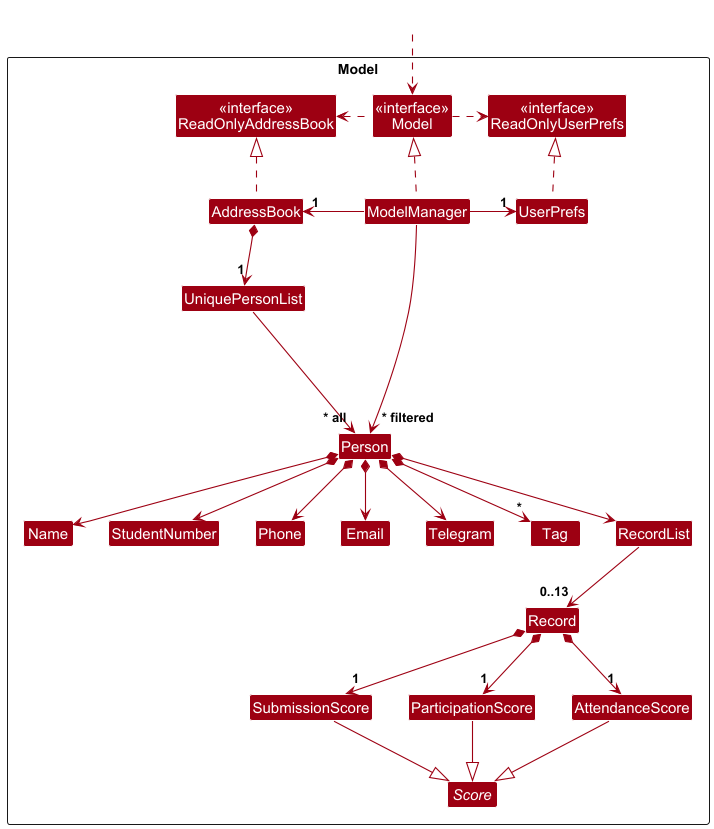
Before: docs/images/ModelClassDiagram.png, a diagram exported from PlantUML (kailermai/tp). Its diagram source:
```plantuml
@startuml
!include style.puml
skinparam arrowThickness 1.1
skinparam arrowColor MODEL_COLOR
skinparam classBackgroundColor MODEL_COLOR

Package Model as ModelPackage <<Rectangle>>{
Class "<<interface>>\nReadOnlyAddressBook" as ReadOnlyAddressBook
Class "<<interface>>\nReadOnlyUserPrefs" as ReadOnlyUserPrefs
Class "<<interface>>\nModel" as Model
Class AddressBook
Class ModelManager
Class UserPrefs

Class UniquePersonList
Class Person
Class Name
Class StudentNumber
Class Email
Class Phone
Class Telegram
Class Tag
Class RecordList
Class Record
abstract Class Score
Class AttendanceScore
Class ParticipationScore
Class SubmissionScore

Class I #FFFFFF
}

Class HiddenOutside #FFFFFF
HiddenOutside ..> Model

AddressBook .up.|> ReadOnlyAddressBook

ModelManager .up.|> Model
Model .right.> ReadOnlyUserPrefs
Model .left.> ReadOnlyAddressBook
ModelManager -left-> "1" AddressBook
ModelManager -right-> "1" UserPrefs
UserPrefs .up.|> ReadOnlyUserPrefs

AddressBook *--> "1" UniquePersonList
UniquePersonList --> "~* all" Person
Person *--> Name
Person *--> StudentNumber
Person *--> Email
Person *--> Phone
Person *--> Telegram
Person *--> "*" Tag
Person *--> RecordList

Score <|-up- AttendanceScore
Score <|-up- ParticipationScore
Score <|-up- SubmissionScore
Record *--> "1" AttendanceScore
Record *--> "1" SubmissionScore
Record *--> "1" ParticipationScore

RecordList --> "0..13" Record

Person -[hidden]up--> I
UniquePersonList -[hidden]right-> I

Name -[hidden]right-> StudentNumber
StudentNumber -[hidden]right-> Phone
Phone -[hidden]right-> Email
Email -[hidden]right-> Telegram

ModelManager --> "~* filtered" Person
@enduml
```
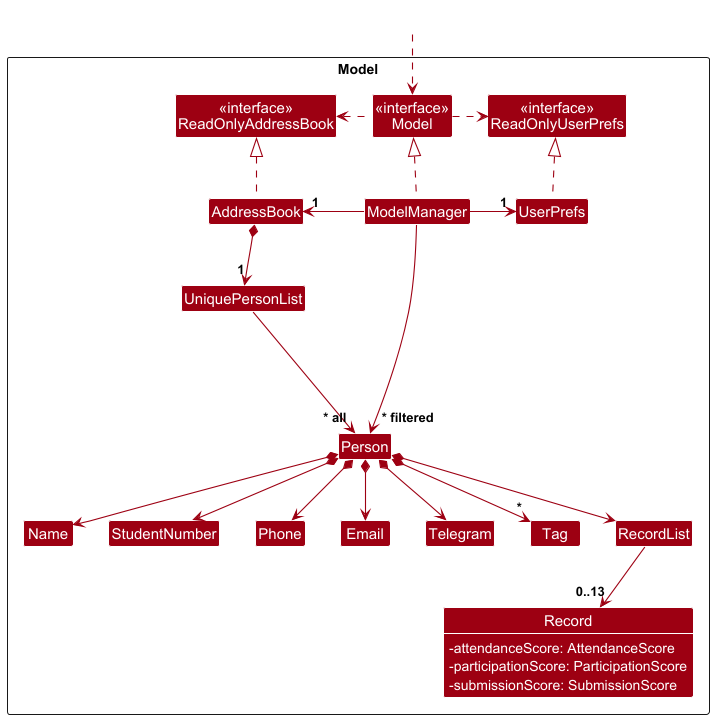
After the change.

The edit, as a diff of the source:
```diff
@@ -21,14 +21,15 @@
 Class Telegram
 Class Tag
 Class RecordList
-Class Record
-abstract Class Score
-Class AttendanceScore
-Class ParticipationScore
-Class SubmissionScore
-
+Class "Record" {
+    - attendanceScore: AttendanceScore
+    - participationScore: ParticipationScore
+    - submissionScore: SubmissionScore
+}
 Class I #FFFFFF
 }
+
+show "Record" attributes
 
 Class HiddenOutside #FFFFFF
 HiddenOutside ..> Model
@@ -52,14 +53,7 @@
 Person *--> "*" Tag
 Person *--> RecordList
 
-Score <|-up- AttendanceScore
-Score <|-up- ParticipationScore
-Score <|-up- SubmissionScore
-Record *--> "1" AttendanceScore
-Record *--> "1" SubmissionScore
-Record *--> "1" ParticipationScore
-
-RecordList --> "0..13" Record
+RecordList --> "0..13" "Record"
 
 Person -[hidden]up--> I
 UniquePersonList -[hidden]right-> I
```
